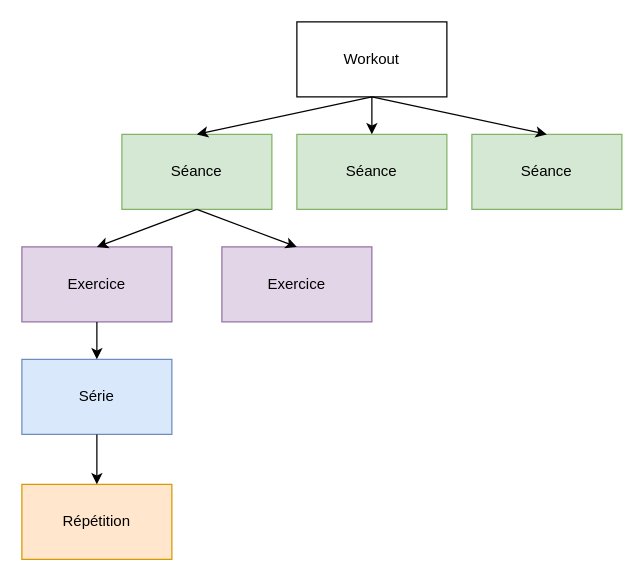
Earlier version of the draw.io diagram ressources/entites.drawio (Pismice/PDG-GRP5). Source tidied: cells renumbered, new cells numbered last; positions are measured from the earlier drawing's top-left corner, leaving out a move shared by most shapes. Both pictures are drawn from the tidied source at 125%, with x=0, y=0 at pixel (21, 21).
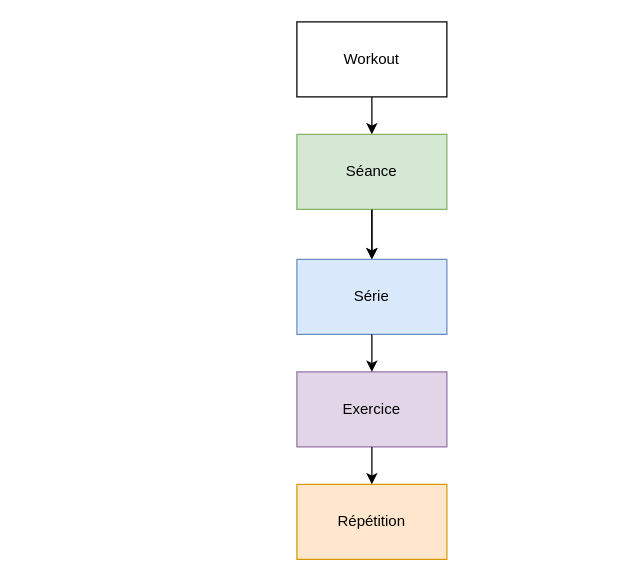
Above is the later version.

Change to the diagram source:
```diff
@@
 <mxGraphModel>
   <root>
     <mxCell id="0" />
     <mxCell id="1" parent="0" />
     <mxCell id="2" value="Workout" style="rounded=0;whiteSpace=wrap;html=1;" parent="1" vertex="1">
       <mxGeometry x="220" width="120" height="60" as="geometry" />
     </mxCell>
-    <mxCell id="3" value="Séance" style="rounded=0;whiteSpace=wrap;html=1;fillColor=#d5e8d4;strokeColor=#82b366;" parent="1" vertex="1">
-      <mxGeometry x="80" y="90" width="120" height="60" as="geometry" />
-    </mxCell>
+    <mxCell id="17" style="edgeStyle=orthogonalEdgeStyle;rounded=0;jettySize=auto;html=1;" parent="1" edge="1" source="4" target="8">
+      <mxGeometry relative="1" as="geometry" />
+    </mxCell>
     <mxCell id="4" value="Séance" style="rounded=0;whiteSpace=wrap;html=1;fillColor=#d5e8d4;strokeColor=#82b366;" parent="1" vertex="1">
       <mxGeometry x="220" y="90" width="120" height="60" as="geometry" />
     </mxCell>
-    <mxCell id="5" value="Séance" style="rounded=0;whiteSpace=wrap;html=1;fillColor=#d5e8d4;strokeColor=#82b366;" parent="1" vertex="1">
-      <mxGeometry x="360" y="90" width="120" height="60" as="geometry" />
-    </mxCell>
     <mxCell id="6" value="Exercice" style="rounded=0;whiteSpace=wrap;html=1;fillColor=#e1d5e7;strokeColor=#9673a6;" parent="1" vertex="1">
-      <mxGeometry y="180" width="120" height="60" as="geometry" />
+      <mxGeometry x="220" y="280" width="120" height="60" as="geometry" />
     </mxCell>
-    <mxCell id="7" value="Exercice" style="rounded=0;whiteSpace=wrap;html=1;fillColor=#e1d5e7;strokeColor=#9673a6;" parent="1" vertex="1">
-      <mxGeometry x="160" y="180" width="120" height="60" as="geometry" />
-    </mxCell>
     <mxCell id="8" value="Série" style="rounded=0;whiteSpace=wrap;html=1;fillColor=#dae8fc;strokeColor=#6c8ebf;" parent="1" vertex="1">
-      <mxGeometry y="270" width="120" height="60" as="geometry" />
+      <mxGeometry x="220" y="190" width="120" height="60" as="geometry" />
     </mxCell>
     <mxCell id="9" value="Répétition" style="rounded=0;whiteSpace=wrap;html=1;fillColor=#ffe6cc;strokeColor=#d79b00;" parent="1" vertex="1">
-      <mxGeometry y="370" width="120" height="60" as="geometry" />
+      <mxGeometry x="220" y="370" width="120" height="60" as="geometry" />
     </mxCell>
-    <mxCell id="10" style="endArrow=classic;html=1;rounded=0;exitX=0.5;exitY=1;exitDx=0;exitDy=0;entryX=0.5;entryY=0;entryDx=0;entryDy=0;" parent="1" edge="1" source="2" target="3">
-      <mxGeometry relative="1" as="geometry" />
-    </mxCell>
     <mxCell id="11" style="endArrow=classic;html=1;rounded=0;exitX=0.5;exitY=1;exitDx=0;exitDy=0;entryX=0.5;entryY=0;entryDx=0;entryDy=0;" parent="1" edge="1" source="2" target="4">
       <mxGeometry relative="1" as="geometry" />
     </mxCell>
-    <mxCell id="12" style="endArrow=classic;html=1;rounded=0;entryX=0.5;entryY=0;entryDx=0;entryDy=0;" parent="1" edge="1" target="5">
-      <mxGeometry relative="1" as="geometry">
-        <mxPoint x="280" y="60" as="sourcePoint" />
-      </mxGeometry>
-    </mxCell>
-    <mxCell id="13" style="endArrow=classic;html=1;rounded=0;exitX=0.5;exitY=1;exitDx=0;exitDy=0;entryX=0.5;entryY=0;entryDx=0;entryDy=0;" parent="1" edge="1" source="3" target="6">
-      <mxGeometry relative="1" as="geometry" />
-    </mxCell>
-    <mxCell id="14" style="endArrow=classic;html=1;rounded=0;entryX=0.5;entryY=0;entryDx=0;entryDy=0;" parent="1" edge="1" target="7">
-      <mxGeometry relative="1" as="geometry">
-        <mxPoint x="140" y="150" as="sourcePoint" />
-      </mxGeometry>
-    </mxCell>
-    <mxCell id="15" style="endArrow=classic;html=1;rounded=0;exitX=0.5;exitY=1;exitDx=0;exitDy=0;entryX=0.5;entryY=0;entryDx=0;entryDy=0;" parent="1" edge="1" source="6" target="8">
-      <mxGeometry relative="1" as="geometry" />
-    </mxCell>
-    <mxCell id="16" style="endArrow=classic;html=1;rounded=0;exitX=0.5;exitY=1;exitDx=0;exitDy=0;entryX=0.5;entryY=0;entryDx=0;entryDy=0;" parent="1" edge="1" source="8" target="9">
-      <mxGeometry relative="1" as="geometry" />
-    </mxCell>
+    <mxCell id="18" style="endArrow=classic;html=1;rounded=0;exitX=0.5;exitY=1;exitDx=0;exitDy=0;entryX=0.5;entryY=0;entryDx=0;entryDy=0;" parent="1" edge="1" source="4" target="8">
+      <mxGeometry relative="1" as="geometry" />
+    </mxCell>
+    <mxCell id="19" style="endArrow=classic;html=1;rounded=0;exitX=0.5;exitY=1;exitDx=0;exitDy=0;entryX=0.5;entryY=0;entryDx=0;entryDy=0;" parent="1" edge="1" source="8" target="6">
+      <mxGeometry relative="1" as="geometry" />
+    </mxCell>
+    <mxCell id="20" style="endArrow=classic;html=1;rounded=0;exitX=0.5;exitY=1;exitDx=0;exitDy=0;entryX=0.5;entryY=0;entryDx=0;entryDy=0;" parent="1" edge="1" source="6" target="9">
+      <mxGeometry relative="1" as="geometry" />
+    </mxCell>
   </root>
 </mxGraphModel>
```
